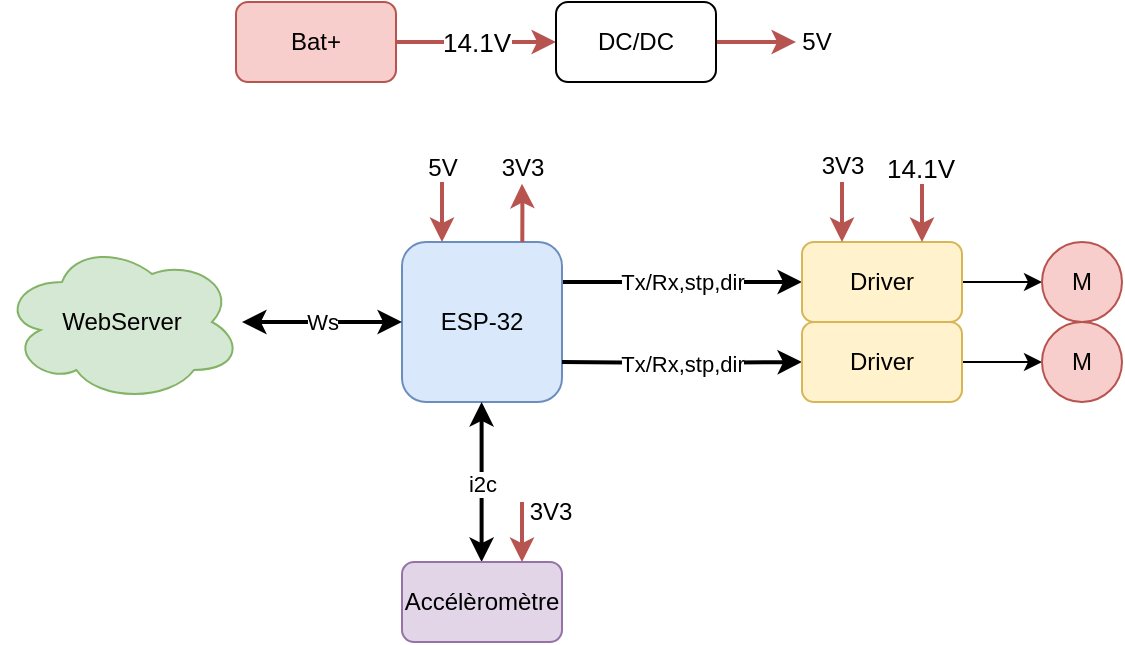
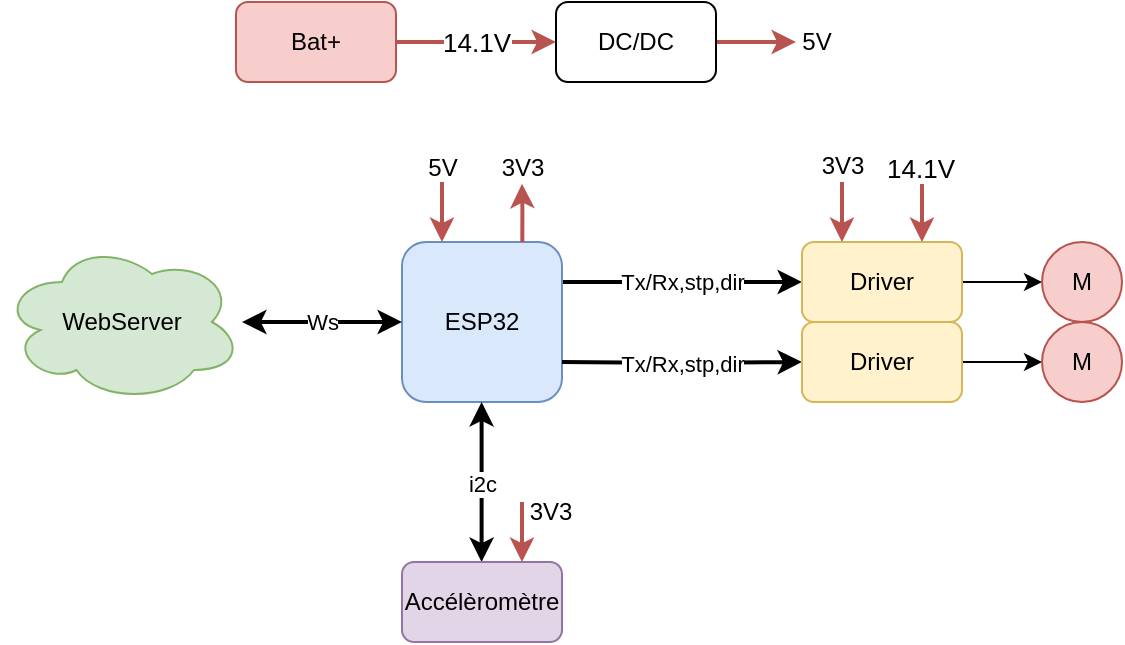
<mxfile host="Electron" agent="Mozilla/5.0 (Windows NT 10.0; Win64; x64) AppleWebKit/537.36 (KHTML, like Gecko) draw.io/28.1.2 Chrome/138.0.7204.243 Electron/37.4.0 Safari/537.36" version="28.1.2">
  <diagram name="Page-1" id="U56Nba71uGPfL3xOMfu1">
    <mxGraphModel dx="719" dy="432" grid="1" gridSize="10" guides="1" tooltips="1" connect="1" arrows="1" fold="1" page="1" pageScale="1" pageWidth="850" pageHeight="1100" math="0" shadow="0">
      <root>
        <mxCell id="0" />
        <mxCell id="1" parent="0" />
        <mxCell id="4c-YHuX9c3lBTSQbgHQH-12" style="edgeStyle=orthogonalEdgeStyle;rounded=0;orthogonalLoop=1;jettySize=auto;html=1;entryX=0;entryY=0.5;entryDx=0;entryDy=0;exitX=1;exitY=0.25;exitDx=0;exitDy=0;strokeWidth=2;" parent="1" source="4c-YHuX9c3lBTSQbgHQH-1" target="4c-YHuX9c3lBTSQbgHQH-4" edge="1">
          <mxGeometry relative="1" as="geometry" />
        </mxCell>
        <mxCell id="4c-YHuX9c3lBTSQbgHQH-14" value="Tx/Rx,stp,dir" style="edgeLabel;html=1;align=center;verticalAlign=middle;resizable=0;points=[];" parent="4c-YHuX9c3lBTSQbgHQH-12" vertex="1" connectable="0">
          <mxGeometry x="-0.0062" y="2" relative="1" as="geometry">
            <mxPoint y="2" as="offset" />
          </mxGeometry>
        </mxCell>
-         <mxCell id="4c-YHuX9c3lBTSQbgHQH-1" value="ESP-32" style="rounded=1;whiteSpace=wrap;html=1;fillColor=#dae8fc;strokeColor=#6c8ebf;" parent="1" vertex="1">
+         <mxCell id="4c-YHuX9c3lBTSQbgHQH-1" value="ESP32" style="rounded=1;whiteSpace=wrap;html=1;fillColor=#dae8fc;strokeColor=#6c8ebf;" parent="1" vertex="1">
          <mxGeometry x="240" y="200" width="80" height="80" as="geometry" />
        </mxCell>
        <mxCell id="4c-YHuX9c3lBTSQbgHQH-6" style="edgeStyle=orthogonalEdgeStyle;rounded=0;orthogonalLoop=1;jettySize=auto;html=1;entryX=0;entryY=0.5;entryDx=0;entryDy=0;" parent="1" source="4c-YHuX9c3lBTSQbgHQH-4" target="4c-YHuX9c3lBTSQbgHQH-5" edge="1">
          <mxGeometry relative="1" as="geometry" />
        </mxCell>
        <mxCell id="4c-YHuX9c3lBTSQbgHQH-4" value="Driver" style="rounded=1;whiteSpace=wrap;html=1;fillColor=#fff2cc;strokeColor=#d6b656;" parent="1" vertex="1">
          <mxGeometry x="440" y="200" width="80" height="40" as="geometry" />
        </mxCell>
        <mxCell id="4c-YHuX9c3lBTSQbgHQH-5" value="M" style="ellipse;whiteSpace=wrap;html=1;aspect=fixed;fillColor=#f8cecc;strokeColor=#b85450;" parent="1" vertex="1">
          <mxGeometry x="560" y="200" width="40" height="40" as="geometry" />
        </mxCell>
        <mxCell id="4c-YHuX9c3lBTSQbgHQH-19" style="edgeStyle=orthogonalEdgeStyle;rounded=0;orthogonalLoop=1;jettySize=auto;html=1;entryX=0;entryY=0.5;entryDx=0;entryDy=0;exitX=1;exitY=0.25;exitDx=0;exitDy=0;strokeWidth=2;" parent="1" target="4c-YHuX9c3lBTSQbgHQH-22" edge="1">
          <mxGeometry relative="1" as="geometry">
            <mxPoint x="320" y="260" as="sourcePoint" />
          </mxGeometry>
        </mxCell>
        <mxCell id="4c-YHuX9c3lBTSQbgHQH-20" value="Tx/Rx,stp,dir" style="edgeLabel;html=1;align=center;verticalAlign=middle;resizable=0;points=[];" parent="4c-YHuX9c3lBTSQbgHQH-19" vertex="1" connectable="0">
          <mxGeometry x="-0.0062" y="2" relative="1" as="geometry">
            <mxPoint y="2" as="offset" />
          </mxGeometry>
        </mxCell>
        <mxCell id="4c-YHuX9c3lBTSQbgHQH-21" style="edgeStyle=orthogonalEdgeStyle;rounded=0;orthogonalLoop=1;jettySize=auto;html=1;entryX=0;entryY=0.5;entryDx=0;entryDy=0;" parent="1" source="4c-YHuX9c3lBTSQbgHQH-22" target="4c-YHuX9c3lBTSQbgHQH-23" edge="1">
          <mxGeometry relative="1" as="geometry" />
        </mxCell>
        <mxCell id="4c-YHuX9c3lBTSQbgHQH-22" value="Driver" style="rounded=1;whiteSpace=wrap;html=1;fillColor=#fff2cc;strokeColor=#d6b656;" parent="1" vertex="1">
          <mxGeometry x="440" y="240" width="80" height="40" as="geometry" />
        </mxCell>
        <mxCell id="4c-YHuX9c3lBTSQbgHQH-23" value="M" style="ellipse;whiteSpace=wrap;html=1;aspect=fixed;fillColor=#f8cecc;strokeColor=#b85450;" parent="1" vertex="1">
          <mxGeometry x="560" y="240" width="40" height="40" as="geometry" />
        </mxCell>
        <mxCell id="4c-YHuX9c3lBTSQbgHQH-25" style="edgeStyle=orthogonalEdgeStyle;rounded=0;orthogonalLoop=1;jettySize=auto;html=1;entryX=0;entryY=0.5;entryDx=0;entryDy=0;startArrow=classic;startFill=1;strokeWidth=2;" parent="1" source="4c-YHuX9c3lBTSQbgHQH-24" target="4c-YHuX9c3lBTSQbgHQH-1" edge="1">
          <mxGeometry relative="1" as="geometry" />
        </mxCell>
        <mxCell id="4c-YHuX9c3lBTSQbgHQH-26" value="Ws" style="edgeLabel;html=1;align=center;verticalAlign=middle;resizable=0;points=[];" parent="4c-YHuX9c3lBTSQbgHQH-25" vertex="1" connectable="0">
          <mxGeometry x="-0.1032" y="-1" relative="1" as="geometry">
            <mxPoint x="4" y="-1" as="offset" />
          </mxGeometry>
        </mxCell>
        <mxCell id="4c-YHuX9c3lBTSQbgHQH-24" value="WebServer" style="ellipse;shape=cloud;whiteSpace=wrap;html=1;fillColor=#d5e8d4;strokeColor=#82b366;" parent="1" vertex="1">
          <mxGeometry x="40" y="200" width="120" height="80" as="geometry" />
        </mxCell>
        <mxCell id="4c-YHuX9c3lBTSQbgHQH-32" style="edgeStyle=orthogonalEdgeStyle;rounded=0;orthogonalLoop=1;jettySize=auto;html=1;entryX=0;entryY=0.5;entryDx=0;entryDy=0;fillColor=#f8cecc;strokeColor=#b85450;strokeWidth=2;" parent="1" source="4c-YHuX9c3lBTSQbgHQH-28" target="4c-YHuX9c3lBTSQbgHQH-30" edge="1">
          <mxGeometry relative="1" as="geometry" />
        </mxCell>
        <mxCell id="4c-YHuX9c3lBTSQbgHQH-33" value="14.1V" style="edgeLabel;html=1;align=center;verticalAlign=middle;resizable=0;points=[];fontSize=13;" parent="4c-YHuX9c3lBTSQbgHQH-32" vertex="1" connectable="0">
          <mxGeometry x="-0.1216" y="2" relative="1" as="geometry">
            <mxPoint x="5" y="2" as="offset" />
          </mxGeometry>
        </mxCell>
        <mxCell id="4c-YHuX9c3lBTSQbgHQH-28" value="Bat+" style="rounded=1;whiteSpace=wrap;html=1;fillColor=#f8cecc;strokeColor=#b85450;" parent="1" vertex="1">
          <mxGeometry x="157" y="80" width="80" height="40" as="geometry" />
        </mxCell>
        <mxCell id="4c-YHuX9c3lBTSQbgHQH-38" style="edgeStyle=orthogonalEdgeStyle;rounded=0;orthogonalLoop=1;jettySize=auto;html=1;fillColor=#f8cecc;strokeColor=#b85450;strokeWidth=2;" parent="1" source="4c-YHuX9c3lBTSQbgHQH-30" edge="1">
          <mxGeometry relative="1" as="geometry">
            <mxPoint x="437" y="100" as="targetPoint" />
          </mxGeometry>
        </mxCell>
        <mxCell id="4c-YHuX9c3lBTSQbgHQH-30" value="DC/DC" style="rounded=1;whiteSpace=wrap;html=1;" parent="1" vertex="1">
          <mxGeometry x="317" y="80" width="80" height="40" as="geometry" />
        </mxCell>
        <mxCell id="4c-YHuX9c3lBTSQbgHQH-36" value="5V" style="text;html=1;align=center;verticalAlign=middle;resizable=0;points=[];autosize=1;strokeColor=none;fillColor=none;" parent="1" vertex="1">
          <mxGeometry x="427" y="85" width="40" height="30" as="geometry" />
        </mxCell>
        <mxCell id="4c-YHuX9c3lBTSQbgHQH-39" style="edgeStyle=orthogonalEdgeStyle;rounded=0;orthogonalLoop=1;jettySize=auto;html=1;fillColor=#f8cecc;strokeColor=#b85450;strokeWidth=2;entryX=0.25;entryY=0;entryDx=0;entryDy=0;" parent="1" target="4c-YHuX9c3lBTSQbgHQH-1" edge="1">
          <mxGeometry relative="1" as="geometry">
            <mxPoint x="290" y="170" as="targetPoint" />
            <mxPoint x="260" y="170" as="sourcePoint" />
          </mxGeometry>
        </mxCell>
        <mxCell id="4c-YHuX9c3lBTSQbgHQH-40" value="5V" style="text;html=1;align=center;verticalAlign=middle;resizable=0;points=[];autosize=1;strokeColor=none;fillColor=none;" parent="1" vertex="1">
          <mxGeometry x="240" y="148" width="40" height="30" as="geometry" />
        </mxCell>
        <mxCell id="4c-YHuX9c3lBTSQbgHQH-42" style="edgeStyle=orthogonalEdgeStyle;rounded=0;orthogonalLoop=1;jettySize=auto;html=1;fillColor=#f8cecc;strokeColor=#b85450;strokeWidth=2;entryX=0.25;entryY=0;entryDx=0;entryDy=0;exitX=0.752;exitY=-0.036;exitDx=0;exitDy=0;exitPerimeter=0;" parent="1" edge="1">
          <mxGeometry relative="1" as="geometry">
            <mxPoint x="300" y="170.88" as="targetPoint" />
            <mxPoint x="300.1600000000001" y="199.99999999999994" as="sourcePoint" />
            <Array as="points">
              <mxPoint x="300" y="182.88" />
              <mxPoint x="300" y="182.88" />
            </Array>
          </mxGeometry>
        </mxCell>
        <mxCell id="4c-YHuX9c3lBTSQbgHQH-43" value="3V3" style="text;html=1;align=center;verticalAlign=middle;resizable=0;points=[];autosize=1;strokeColor=none;fillColor=none;" parent="1" vertex="1">
          <mxGeometry x="280" y="148" width="40" height="30" as="geometry" />
        </mxCell>
        <mxCell id="4c-YHuX9c3lBTSQbgHQH-44" style="edgeStyle=orthogonalEdgeStyle;rounded=0;orthogonalLoop=1;jettySize=auto;html=1;entryX=0.5;entryY=1;entryDx=0;entryDy=0;startArrow=classic;startFill=1;strokeWidth=2;" parent="1" edge="1">
          <mxGeometry relative="1" as="geometry">
            <mxPoint x="279.8" y="360" as="sourcePoint" />
            <mxPoint x="279.8" y="280" as="targetPoint" />
          </mxGeometry>
        </mxCell>
        <mxCell id="4c-YHuX9c3lBTSQbgHQH-45" value="i2c" style="edgeLabel;html=1;align=center;verticalAlign=middle;resizable=0;points=[];" parent="4c-YHuX9c3lBTSQbgHQH-44" vertex="1" connectable="0">
          <mxGeometry x="-0.0599" y="2" relative="1" as="geometry">
            <mxPoint x="2" y="-2" as="offset" />
          </mxGeometry>
        </mxCell>
        <mxCell id="4c-YHuX9c3lBTSQbgHQH-46" value="Accélèromètre" style="rounded=1;whiteSpace=wrap;html=1;fillColor=#e1d5e7;strokeColor=#9673a6;" parent="1" vertex="1">
          <mxGeometry x="240" y="360" width="80" height="40" as="geometry" />
        </mxCell>
        <mxCell id="4c-YHuX9c3lBTSQbgHQH-47" style="edgeStyle=orthogonalEdgeStyle;rounded=0;orthogonalLoop=1;jettySize=auto;html=1;fillColor=#f8cecc;strokeColor=#b85450;strokeWidth=2;" parent="1" edge="1">
          <mxGeometry relative="1" as="geometry">
            <mxPoint x="460" y="200" as="targetPoint" />
            <mxPoint x="460" y="170" as="sourcePoint" />
          </mxGeometry>
        </mxCell>
        <mxCell id="4c-YHuX9c3lBTSQbgHQH-48" value="3V3" style="text;html=1;align=center;verticalAlign=middle;resizable=0;points=[];autosize=1;strokeColor=none;fillColor=none;" parent="1" vertex="1">
          <mxGeometry x="440" y="147" width="40" height="30" as="geometry" />
        </mxCell>
        <mxCell id="4c-YHuX9c3lBTSQbgHQH-49" style="edgeStyle=orthogonalEdgeStyle;rounded=0;orthogonalLoop=1;jettySize=auto;html=1;fillColor=#f8cecc;strokeColor=#b85450;strokeWidth=2;" parent="1" edge="1">
          <mxGeometry relative="1" as="geometry">
            <mxPoint x="300" y="360" as="targetPoint" />
            <mxPoint x="300" y="330" as="sourcePoint" />
          </mxGeometry>
        </mxCell>
        <mxCell id="4c-YHuX9c3lBTSQbgHQH-50" value="3V3" style="text;html=1;align=center;verticalAlign=middle;resizable=0;points=[];autosize=1;strokeColor=none;fillColor=none;" parent="1" vertex="1">
          <mxGeometry x="294" y="320" width="40" height="30" as="geometry" />
        </mxCell>
        <mxCell id="4c-YHuX9c3lBTSQbgHQH-51" style="edgeStyle=orthogonalEdgeStyle;rounded=0;orthogonalLoop=1;jettySize=auto;html=1;fillColor=#f8cecc;strokeColor=#b85450;strokeWidth=2;" parent="1" edge="1">
          <mxGeometry relative="1" as="geometry">
            <mxPoint x="500" y="170" as="sourcePoint" />
            <mxPoint x="500" y="200" as="targetPoint" />
          </mxGeometry>
        </mxCell>
        <mxCell id="4c-YHuX9c3lBTSQbgHQH-53" value="14.1V" style="edgeLabel;html=1;align=center;verticalAlign=middle;resizable=0;points=[];fontSize=13;" parent="1" vertex="1" connectable="0">
          <mxGeometry x="499" y="163" as="geometry" />
        </mxCell>
      </root>
    </mxGraphModel>
  </diagram>
</mxfile>
